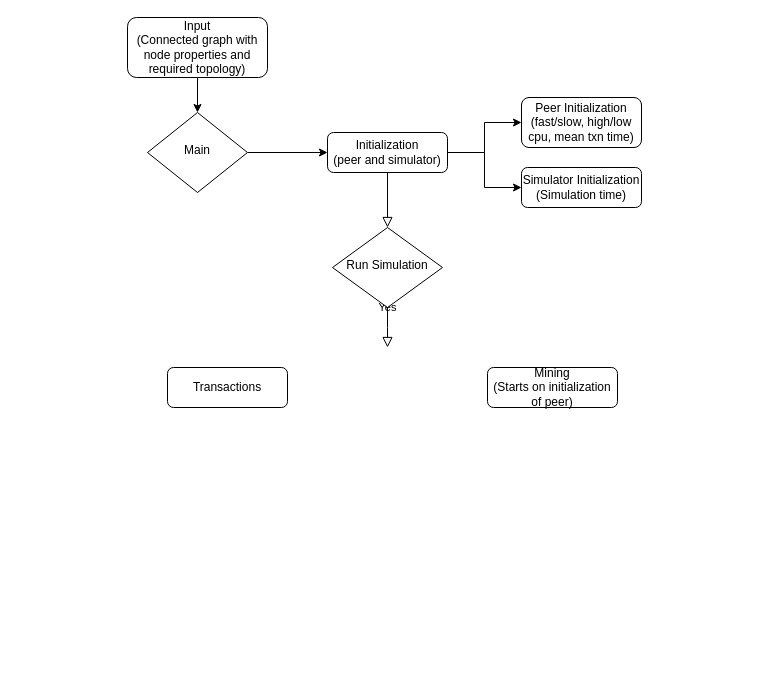
Above: design_dig.drawio in Harsh-Sensei/Bitcoin-Simulator (draw.io), before the change. Source tidied: cells renumbered, new cells numbered last; positions are measured from the earlier drawing's top-left corner, leaving out a move shared by most shapes. Both pictures are drawn from the tidied source at 100%, with x=0, y=0 at pixel (127, 17).
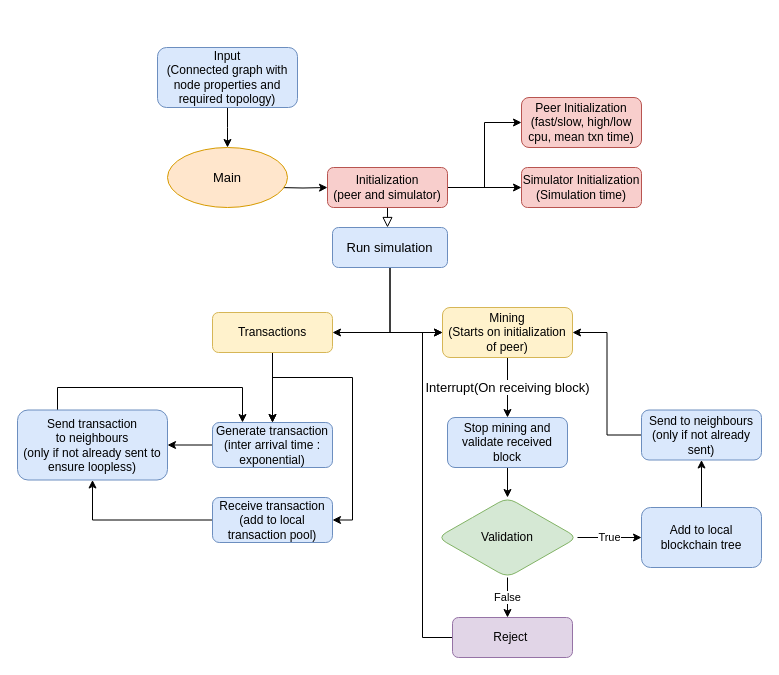
The same page after the edit.

The edit, as a diff of the source:
```diff
@@
-    <mxCell id="2" style="rounded=0;html=1;jettySize=auto;fontSize=11;endArrow=block;endFill=0;endSize=8;strokeWidth=1;shadow=0;labelBackgroundColor=none;edgeStyle=orthogonalEdgeStyle;" parent="1" edge="1" source="5" target="7">
-      <mxGeometry relative="1" as="geometry" />
+    <mxCell id="2" style="rounded=0;html=1;jettySize=auto;fontSize=11;endArrow=block;endFill=0;endSize=8;strokeWidth=1;shadow=0;labelBackgroundColor=none;edgeStyle=orthogonalEdgeStyle;" parent="1" edge="1" source="5">
+      <mxGeometry relative="1" as="geometry">
+        <mxPoint x="260" y="210" as="targetPoint" />
+      </mxGeometry>
     </mxCell>
@@
-    <mxCell id="5" value="Initialization&lt;br&gt;(peer and simulator)" style="rounded=1;whiteSpace=wrap;html=1;fontSize=12;glass=0;strokeWidth=1;shadow=0;" parent="1" vertex="1">
-      <mxGeometry x="200" y="115" width="120" height="40" as="geometry" />
+    <mxCell id="5" value="Initialization&lt;br&gt;(peer and simulator)" style="rounded=1;whiteSpace=wrap;html=1;fontSize=12;glass=0;strokeWidth=1;shadow=0;fillColor=#f8cecc;strokeColor=#b85450;" parent="1" vertex="1">
+      <mxGeometry x="200" y="150" width="120" height="40" as="geometry" />
     </mxCell>
-    <mxCell id="6" value="Yes" style="rounded=0;html=1;jettySize=auto;fontSize=11;endArrow=block;endFill=0;endSize=8;strokeWidth=1;shadow=0;labelBackgroundColor=none;edgeStyle=orthogonalEdgeStyle;" parent="1" edge="1" source="7">
-      <mxGeometry y="20" relative="1" as="geometry">
-        <mxPoint x="260" y="330" as="targetPoint" />
-      </mxGeometry>
-    </mxCell>
-    <mxCell id="7" value="Run Simulation" style="rhombus;whiteSpace=wrap;html=1;shadow=0;fontFamily=Helvetica;fontSize=12;align=center;strokeWidth=1;spacing=6;spacingTop=-4;" parent="1" vertex="1">
-      <mxGeometry x="205" y="210" width="110" height="80" as="geometry" />
-    </mxCell>
+    <mxCell id="16" value="&lt;font style=&quot;font-size: 13px;&quot;&gt;Interrupt(On receiving block)&lt;br&gt;&lt;/font&gt;" style="edgeStyle=orthogonalEdgeStyle;rounded=0;jettySize=auto;html=1;" parent="1" edge="1" source="8">
+      <mxGeometry relative="1" as="geometry">
+        <mxPoint x="380" y="400" as="targetPoint" />
+      </mxGeometry>
+    </mxCell>
-    <mxCell id="8" value="Mining&lt;br&gt;(Starts on initialization of peer)" style="rounded=1;whiteSpace=wrap;html=1;fontSize=12;glass=0;strokeWidth=1;shadow=0;" parent="1" vertex="1">
-      <mxGeometry x="360" y="350" width="130" height="40" as="geometry" />
+    <mxCell id="8" value="Mining&lt;br&gt;(Starts on initialization of peer)" style="rounded=1;whiteSpace=wrap;html=1;fontSize=12;glass=0;strokeWidth=1;shadow=0;fillColor=#fff2cc;strokeColor=#d6b656;" parent="1" vertex="1">
+      <mxGeometry x="315" y="290" width="130" height="50" as="geometry" />
     </mxCell>
+    <mxCell id="17" style="edgeStyle=orthogonalEdgeStyle;rounded=0;jettySize=auto;html=1;" parent="1" edge="1" source="9" target="23">
+      <mxGeometry relative="1" as="geometry" />
+    </mxCell>
+    <mxCell id="18" style="edgeStyle=orthogonalEdgeStyle;rounded=0;jettySize=auto;html=1;" parent="1" edge="1" source="9" target="23">
+      <mxGeometry relative="1" as="geometry" />
+    </mxCell>
+    <mxCell id="19" style="edgeStyle=orthogonalEdgeStyle;rounded=0;jettySize=auto;html=1;entryX=1;entryY=0.5;entryDx=0;entryDy=0;" parent="1" edge="1" source="9" target="27">
+      <mxGeometry relative="1" as="geometry">
+        <Array as="points">
+          <mxPoint x="145" y="360" />
+          <mxPoint x="225" y="360" />
+          <mxPoint x="225" y="503" />
+        </Array>
+      </mxGeometry>
+    </mxCell>
-    <mxCell id="9" value="Transactions" style="rounded=1;whiteSpace=wrap;html=1;fontSize=12;glass=0;strokeWidth=1;shadow=0;" parent="1" vertex="1">
-      <mxGeometry x="40" y="350" width="120" height="40" as="geometry" />
+    <mxCell id="9" value="Transactions" style="rounded=1;whiteSpace=wrap;html=1;fontSize=12;glass=0;strokeWidth=1;shadow=0;fillColor=#fff2cc;strokeColor=#d6b656;" parent="1" vertex="1">
+      <mxGeometry x="85" y="295" width="120" height="40" as="geometry" />
     </mxCell>
-    <mxCell id="10" style="edgeStyle=orthogonalEdgeStyle;rounded=0;jettySize=auto;html=1;" parent="1" edge="1" source="11" target="15">
-      <mxGeometry relative="1" as="geometry" />
+    <mxCell id="10" style="edgeStyle=orthogonalEdgeStyle;rounded=0;jettySize=auto;html=1;" parent="1" edge="1" source="11">
+      <mxGeometry relative="1" as="geometry">
+        <mxPoint x="100" y="130" as="targetPoint" />
+      </mxGeometry>
     </mxCell>
-    <mxCell id="11" value="Input&lt;br&gt;(Connected graph with node properties and required topology)" style="rounded=1;whiteSpace=wrap;html=1;fontSize=12;glass=0;strokeWidth=1;shadow=0;" parent="1" vertex="1">
-      <mxGeometry width="140" height="60" as="geometry" />
+    <mxCell id="11" value="Input&lt;br&gt;(Connected graph with node properties and required topology)" style="rounded=1;whiteSpace=wrap;html=1;fontSize=12;glass=0;strokeWidth=1;shadow=0;fillColor=#dae8fc;strokeColor=#6c8ebf;" parent="1" vertex="1">
+      <mxGeometry x="30" y="30" width="140" height="60" as="geometry" />
     </mxCell>
-    <mxCell id="12" value="Peer Initialization&lt;br&gt;(fast/slow, high/low cpu, mean txn time)" style="rounded=1;whiteSpace=wrap;html=1;fontSize=12;glass=0;strokeWidth=1;shadow=0;" parent="1" vertex="1">
+    <mxCell id="12" value="Peer Initialization&lt;br&gt;(fast/slow, high/low cpu, mean txn time)" style="rounded=1;whiteSpace=wrap;html=1;fontSize=12;glass=0;strokeWidth=1;shadow=0;fillColor=#f8cecc;strokeColor=#b85450;" parent="1" vertex="1">
       <mxGeometry x="394" y="80" width="120" height="50" as="geometry" />
     </mxCell>
-    <mxCell id="13" value="Simulator Initialization&lt;br&gt;(Simulation time)" style="rounded=1;whiteSpace=wrap;html=1;fontSize=12;glass=0;strokeWidth=1;shadow=0;" parent="1" vertex="1">
+    <mxCell id="13" value="Simulator Initialization&lt;br&gt;(Simulation time)" style="rounded=1;whiteSpace=wrap;html=1;fontSize=12;glass=0;strokeWidth=1;shadow=0;fillColor=#f8cecc;strokeColor=#b85450;" parent="1" vertex="1">
       <mxGeometry x="394" y="150" width="120" height="40" as="geometry" />
     </mxCell>
-    <mxCell id="14" style="edgeStyle=orthogonalEdgeStyle;rounded=0;jettySize=auto;html=1;entryX=0;entryY=0.5;entryDx=0;entryDy=0;" parent="1" edge="1" source="15" target="5">
-      <mxGeometry relative="1" as="geometry" />
+    <mxCell id="14" style="edgeStyle=orthogonalEdgeStyle;rounded=0;jettySize=auto;html=1;entryX=0;entryY=0.5;entryDx=0;entryDy=0;" parent="1" edge="1" target="5">
+      <mxGeometry relative="1" as="geometry">
+        <mxPoint x="150" y="170" as="sourcePoint" />
+      </mxGeometry>
     </mxCell>
+    <mxCell id="20" style="edgeStyle=orthogonalEdgeStyle;rounded=0;jettySize=auto;html=1;" parent="1" edge="1" source="21" target="30">
+      <mxGeometry relative="1" as="geometry" />
+    </mxCell>
+    <mxCell id="21" value="Stop mining and validate received block" style="rounded=1;whiteSpace=wrap;html=1;fontSize=12;glass=0;strokeWidth=1;shadow=0;fillColor=#dae8fc;strokeColor=#6c8ebf;" parent="1" vertex="1">
+      <mxGeometry x="320" y="400" width="120" height="50" as="geometry" />
+    </mxCell>
+    <mxCell id="22" style="edgeStyle=orthogonalEdgeStyle;rounded=0;jettySize=auto;html=1;entryX=1;entryY=0.5;entryDx=0;entryDy=0;" parent="1" edge="1" source="23" target="25">
+      <mxGeometry relative="1" as="geometry" />
+    </mxCell>
+    <mxCell id="23" value="Generate transaction&lt;br&gt;(inter arrival time : exponential)" style="whiteSpace=wrap;html=1;rounded=1;glass=0;strokeWidth=1;shadow=0;fillColor=#dae8fc;strokeColor=#6c8ebf;" parent="1" vertex="1">
+      <mxGeometry x="85" y="405" width="120" height="45" as="geometry" />
+    </mxCell>
+    <mxCell id="24" style="edgeStyle=orthogonalEdgeStyle;rounded=0;jettySize=auto;html=1;entryX=0.25;entryY=0;entryDx=0;entryDy=0;" parent="1" edge="1" source="25" target="23">
+      <mxGeometry relative="1" as="geometry">
+        <Array as="points">
+          <mxPoint x="-70" y="370" />
+          <mxPoint x="115" y="370" />
+        </Array>
+      </mxGeometry>
+    </mxCell>
+    <mxCell id="25" value="Send transaction&lt;br&gt;to neighbours&lt;br&gt;(only if not already sent to ensure loopless)" style="whiteSpace=wrap;html=1;rounded=1;glass=0;strokeWidth=1;shadow=0;fillColor=#dae8fc;strokeColor=#6c8ebf;" parent="1" vertex="1">
+      <mxGeometry x="-110" y="392.5" width="150" height="70" as="geometry" />
+    </mxCell>
+    <mxCell id="26" style="edgeStyle=orthogonalEdgeStyle;rounded=0;jettySize=auto;html=1;" parent="1" edge="1" source="27" target="25">
+      <mxGeometry relative="1" as="geometry" />
+    </mxCell>
+    <mxCell id="27" value="Receive transaction&lt;br&gt;(add to local transaction pool)" style="whiteSpace=wrap;html=1;rounded=1;glass=0;strokeWidth=1;shadow=0;fillColor=#dae8fc;strokeColor=#6c8ebf;" parent="1" vertex="1">
+      <mxGeometry x="85" y="480" width="120" height="45" as="geometry" />
+    </mxCell>
+    <mxCell id="28" value="True" style="edgeStyle=orthogonalEdgeStyle;rounded=0;jettySize=auto;html=1;" parent="1" edge="1" source="30" target="32">
+      <mxGeometry relative="1" as="geometry" />
+    </mxCell>
+    <mxCell id="29" value="False" style="edgeStyle=orthogonalEdgeStyle;rounded=0;jettySize=auto;html=1;" parent="1" edge="1" source="30">
+      <mxGeometry relative="1" as="geometry">
+        <mxPoint x="380" y="600" as="targetPoint" />
+      </mxGeometry>
+    </mxCell>
+    <mxCell id="30" value="Validation" style="rhombus;whiteSpace=wrap;html=1;rounded=1;glass=0;strokeWidth=1;shadow=0;fillColor=#d5e8d4;strokeColor=#82b366;" parent="1" vertex="1">
+      <mxGeometry x="310" y="480" width="140" height="80" as="geometry" />
+    </mxCell>
+    <mxCell id="31" style="edgeStyle=orthogonalEdgeStyle;rounded=0;jettySize=auto;html=1;" parent="1" edge="1" source="32" target="36">
+      <mxGeometry relative="1" as="geometry" />
+    </mxCell>
+    <mxCell id="32" value="Add to local blockchain tree" style="whiteSpace=wrap;html=1;rounded=1;glass=0;strokeWidth=1;shadow=0;fillColor=#dae8fc;strokeColor=#6c8ebf;" parent="1" vertex="1">
+      <mxGeometry x="514" y="490" width="120" height="60" as="geometry" />
+    </mxCell>
+    <mxCell id="33" style="edgeStyle=orthogonalEdgeStyle;rounded=0;jettySize=auto;html=1;entryX=0;entryY=0.5;entryDx=0;entryDy=0;fontSize=13;" parent="1" edge="1" source="34" target="8">
+      <mxGeometry relative="1" as="geometry">
+        <Array as="points">
+          <mxPoint x="295" y="620" />
+          <mxPoint x="295" y="315" />
+        </Array>
+      </mxGeometry>
+    </mxCell>
+    <mxCell id="34" value="Reject&amp;nbsp;" style="whiteSpace=wrap;html=1;rounded=1;glass=0;strokeWidth=1;shadow=0;fillColor=#e1d5e7;strokeColor=#9673a6;" parent="1" vertex="1">
+      <mxGeometry x="325" y="600" width="120" height="40" as="geometry" />
+    </mxCell>
+    <mxCell id="35" style="edgeStyle=orthogonalEdgeStyle;rounded=0;jettySize=auto;html=1;entryX=1;entryY=0.5;entryDx=0;entryDy=0;fontSize=13;" parent="1" edge="1" source="36" target="8">
+      <mxGeometry relative="1" as="geometry" />
+    </mxCell>
+    <mxCell id="36" value="Send to neighbours&lt;br&gt;(only if not already sent)" style="whiteSpace=wrap;html=1;rounded=1;glass=0;strokeWidth=1;shadow=0;fillColor=#dae8fc;strokeColor=#6c8ebf;" parent="1" vertex="1">
+      <mxGeometry x="514" y="392.5" width="120" height="50" as="geometry" />
+    </mxCell>
+    <mxCell id="37" style="edgeStyle=orthogonalEdgeStyle;rounded=0;jettySize=auto;html=1;entryX=1;entryY=0.5;entryDx=0;entryDy=0;fontSize=13;" parent="1" edge="1" source="39" target="9">
+      <mxGeometry relative="1" as="geometry" />
+    </mxCell>
+    <mxCell id="38" style="edgeStyle=orthogonalEdgeStyle;rounded=0;jettySize=auto;html=1;entryX=0;entryY=0.5;entryDx=0;entryDy=0;fontSize=13;" parent="1" edge="1" source="39" target="8">
+      <mxGeometry relative="1" as="geometry" />
+    </mxCell>
+    <mxCell id="39" value="Run simulation" style="rounded=1;whiteSpace=wrap;html=1;fontSize=13;fillColor=#dae8fc;strokeColor=#6c8ebf;" parent="1" vertex="1">
+      <mxGeometry x="205" y="210" width="115" height="40" as="geometry" />
+    </mxCell>
-    <mxCell id="15" value="Main&lt;br&gt;" style="rhombus;whiteSpace=wrap;html=1;shadow=0;fontFamily=Helvetica;fontSize=12;align=center;strokeWidth=1;spacing=6;spacingTop=-4;" parent="1" vertex="1">
-      <mxGeometry x="20" y="95" width="100" height="80" as="geometry" />
+    <mxCell id="15" value="Main" style="ellipse;whiteSpace=wrap;html=1;fontSize=13;fillColor=#ffe6cc;strokeColor=#d79b00;" parent="1" vertex="1">
+      <mxGeometry x="40" y="130" width="120" height="60" as="geometry" />
     </mxCell>
```
